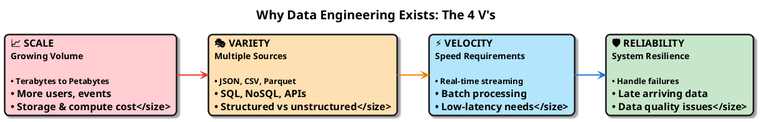
Earlier version of the PlantUML export diagrams/week01/week1_why_de_exists.png (OrPerets/data-engineering-course).
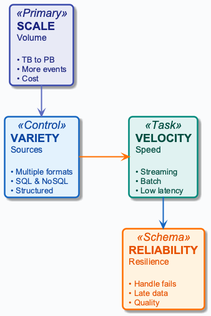
Later version of the same file.

The edit, as a diff of the source:
```diff
@@ -1,36 +1,17 @@
 @startuml
-left to right direction
-skinparam defaultFontName "Segoe UI, Helvetica, sans-serif"
-skinparam defaultFontSize 16
-skinparam roundcorner 15
-skinparam shadowing true
-skinparam linetype ortho
-skinparam nodesep 40
-skinparam ranksep 50
+!include ../_template_styles.puml
+top to bottom direction
 
-skinparam card {
-    FontStyle bold
-    Padding 28
-    BorderThickness 2.5
-}
+card "**SCALE**\n<size:14>Volume</size>\n\n<size:13>• TB to PB</size>\n<size:13>• More events</size>\n<size:13>• Cost</size>" as S <<Primary>>
 
-skinparam arrow {
-    Thickness 2
-    FontSize 12
-}
+card "**VARIETY**\n<size:14>Sources</size>\n\n<size:13>• Multiple formats</size>\n<size:13>• SQL & NoSQL</size>\n<size:13>• Structured</size>" as V <<Control>>
 
-title <size:20><b>Why Data Engineering Exists: The 4 V's</b></size>
+card "**VELOCITY**\n<size:14>Speed</size>\n\n<size:13>• Streaming</size>\n<size:13>• Batch</size>\n<size:13>• Low latency</size>" as Ve <<Task>>
 
-card "📈 **SCALE**\n<size:14>Growing Volume</size>\n\n<size:13>• Terabytes to Petabytes\n• More users, events\n• Storage & compute cost</size>" as S #FFCDD2
+card "**RELIABILITY**\n<size:14>Resilience</size>\n\n<size:13>• Handle fails</size>\n<size:13>• Late data</size>\n<size:13>• Quality</size>" as R <<Schema>>
 
-card "🎭 **VARIETY**\n<size:14>Multiple Sources</size>\n\n<size:13>• JSON, CSV, Parquet\n• SQL, NoSQL, APIs\n• Structured vs unstructured</size>" as V #FFE0B2
-
-card "⚡ **VELOCITY**\n<size:14>Speed Requirements</size>\n\n<size:13>• Real-time streaming\n• Batch processing\n• Low-latency needs</size>" as Ve #B3E5FC
-
-card "🛡️ **RELIABILITY**\n<size:14>System Resilience</size>\n\n<size:13>• Handle failures\n• Late arriving data\n• Data quality issues</size>" as R #C8E6C9
-
-S -[#E53935,thickness=2]-> V
-V -[#F57C00,thickness=2]-> Ve
-Ve -[#1976D2,thickness=2]-> R
+S -down[#5C6BC0,thickness=2]-> V
+V -right[#FF6F00,thickness=2]-> Ve
+Ve -down[#1565C0,thickness=2]-> R
 
 @enduml
```
